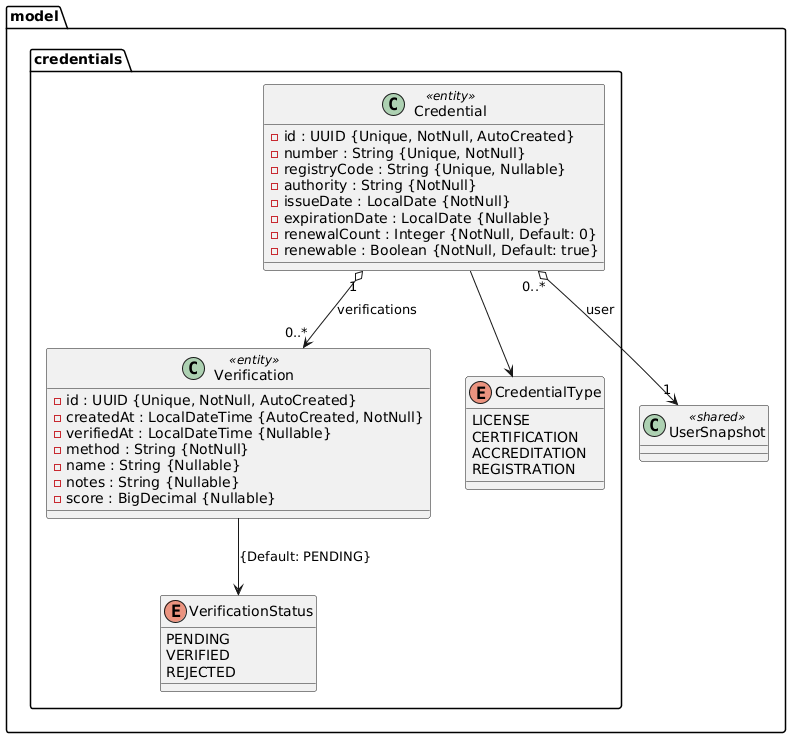
Earlier version of the PlantUML export docs/models/credentials-uml.png (miw-upm/apaw).
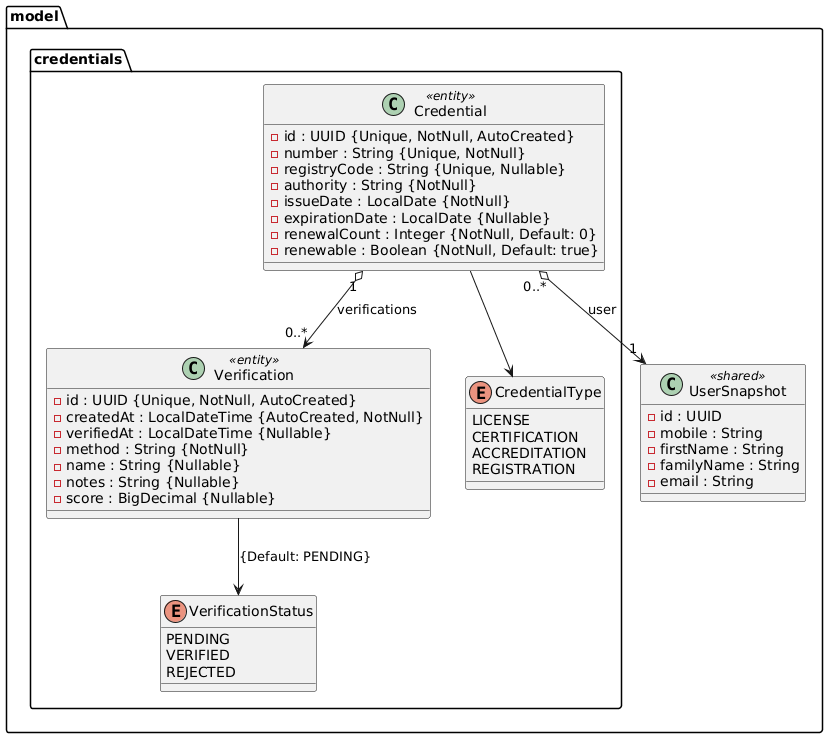
The same file after the commit.

Commit message:
Updated credentials UML diagram miw-upm/apaw#66

Change to the diagram source:
```diff
@@ -1,7 +1,13 @@
 @startuml
 package "model" {
 
-    class UserSnapshot <<shared>>
+    class UserSnapshot <<shared>> {
+    - id : UUID
+    - mobile : String
+    - firstName : String
+    - familyName : String
+    - email : String
+}
 
     package "credentials" {
 
```
